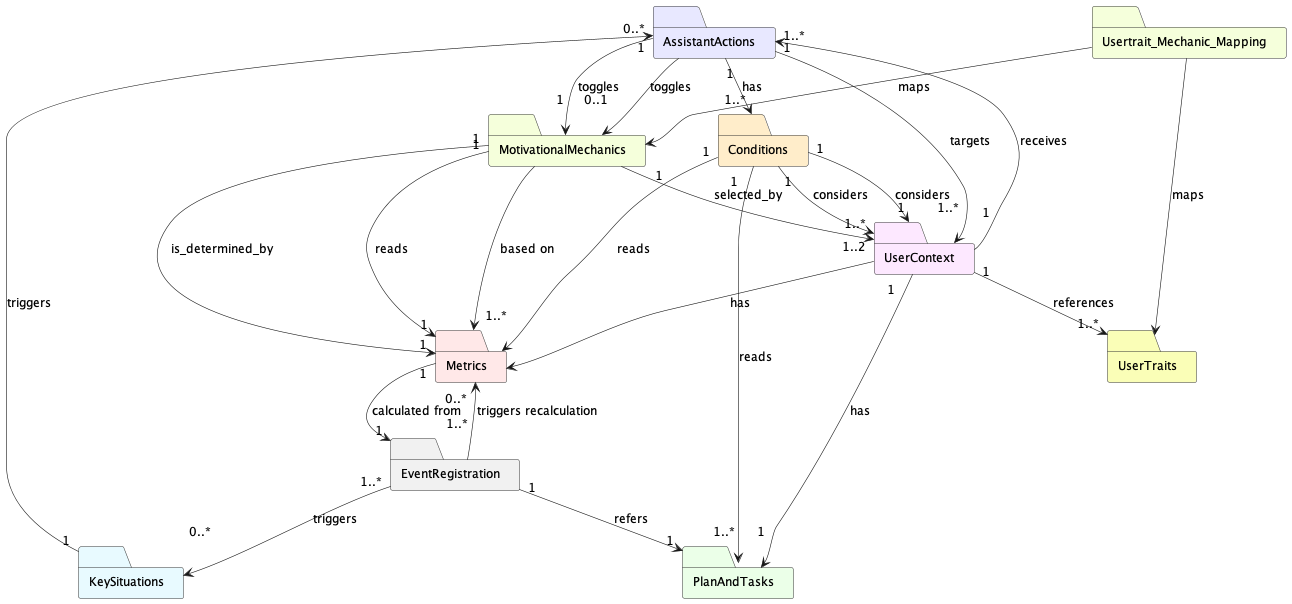
The PlantUML diagram out/UML_HighLevel/master_highlevel/master_highlevel.png in Maks-stack/ontology, before a commit.
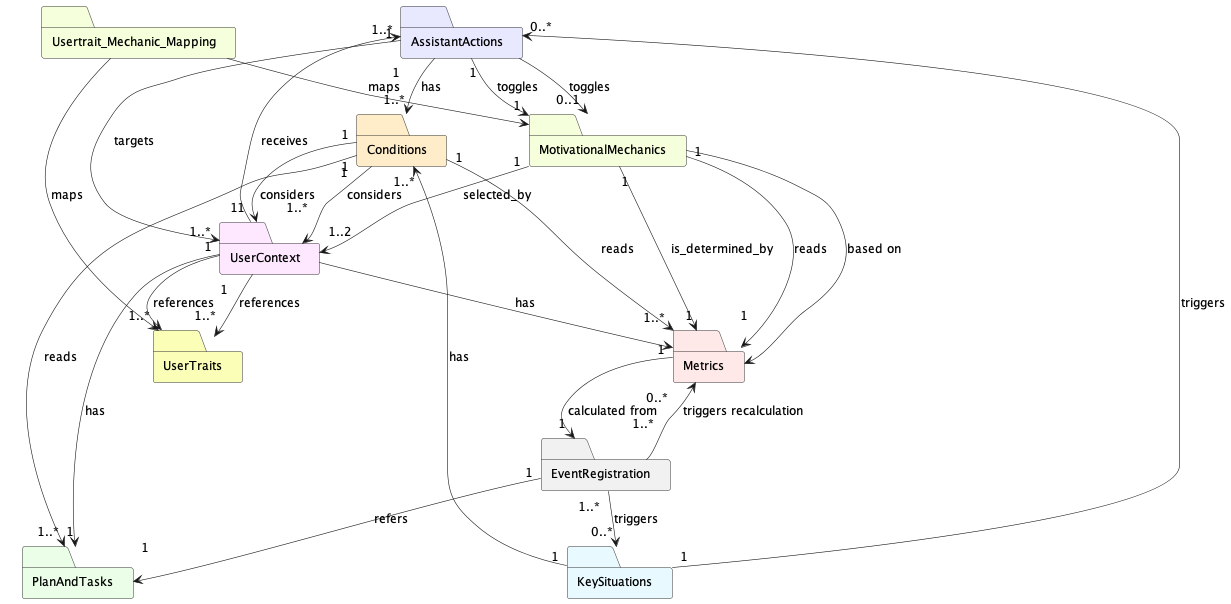
After the change.

What changed in the source:
```diff
@@ -31,6 +31,7 @@
 AssistantActions "1" --> "1" MotivationalMechanics : toggles
 AssistantActions "1" --> "1..*" UserContext : targets
 EventRegistration "1..*" --> "0..*" KeySituations : triggers
+UserContext --> "1..*" UserTraits : references
 EventRegistration "1..*" --> "0..*" Metrics : triggers recalculation
 Metrics "1" --> "1" EventRegistration : calculated from
 KeySituations "1" --> "0..*" AssistantActions : triggers
@@ -42,6 +43,7 @@
 MotivationalMechanics "1" --> "1" Metrics : is_determined_by
 MotivationalMechanics "1" --> "1" Metrics : reads
 AssistantActions "1" --> "1..*" Conditions : has
+KeySituations "1" --> "1..*" Conditions : has
 Conditions "1" --> "1..*" Metrics : reads
 Conditions "1" --> "1..*" PlanAndTasks : reads
 Conditions "1" --> "1..*" UserContext : considers
```
